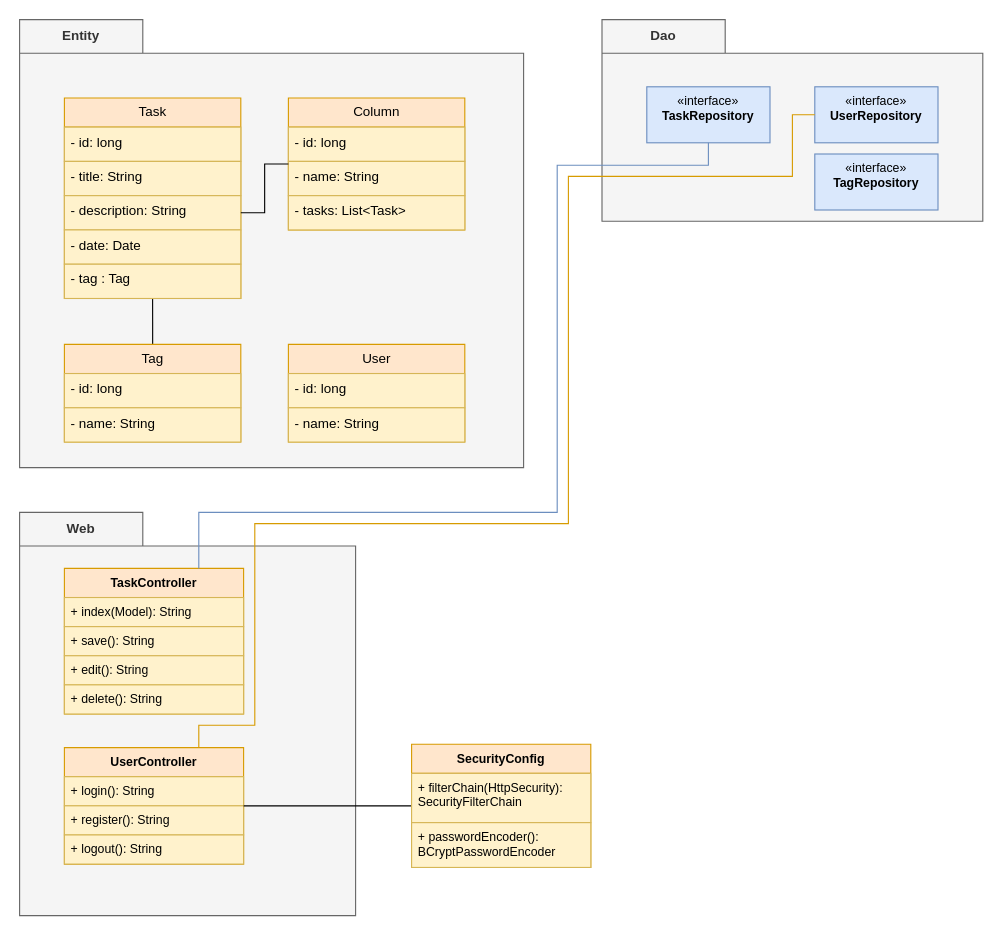
Above: page "Class" (1 of 2) of doc/uml/Boardle.drawio in KMorere/spring-eval (draw.io), before the change. Source tidied: cells renumbered, new cells numbered last; positions are measured from the earlier drawing's top-left corner, leaving out a move shared by most shapes. Both pictures are drawn from the tidied source at 112%, with x=0, y=0 at pixel (19, 19).
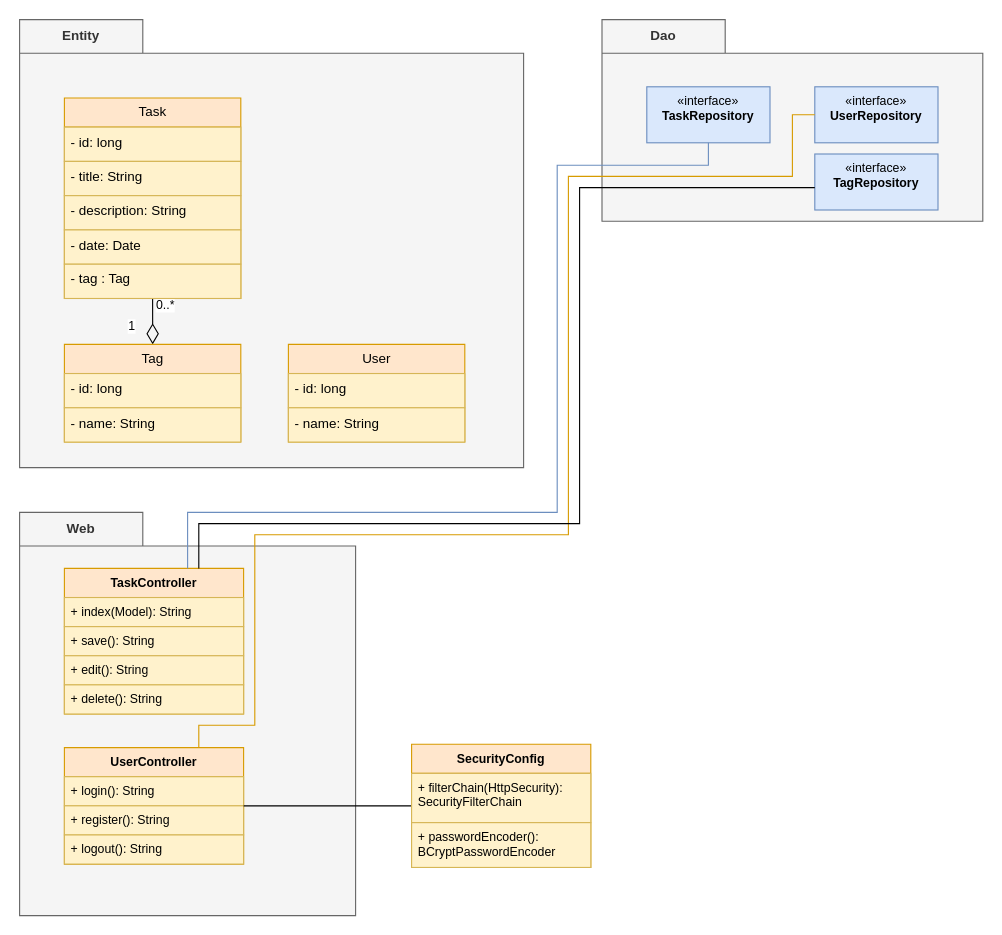
Above is the later version.

Commit message (it also covers changes not shown here):
Updated class diagram to add link between TaskController/TagRepo and detail the relation between Task and Tag.

Unchanged cells that the change refers to:
```xml
<mxCell id="2" value="Entity" style="shape=folder;fontStyle=1;tabWidth=110;tabHeight=30;tabPosition=left;html=1;boundedLbl=1;labelInHeader=1;whiteSpace=wrap;fillColor=#f5f5f5;fontColor=#333333;strokeColor=#666666;" parent="1" vertex="1">
  <mxGeometry width="450" height="400" as="geometry" />
</mxCell>
<mxCell id="5" value="Task" style="swimlane;fontStyle=0;horizontal=1;startSize=26;fillColor=#ffe6cc;whiteSpace=wrap;html=1;strokeColor=#d79b00;" parent="2" vertex="1">
  <mxGeometry x="40" y="70" width="157.5" height="178.9" as="geometry" />
</mxCell>
<mxCell id="8" value="- description: String" style="text;strokeColor=#d6b656;fillColor=#fff2cc;align=left;verticalAlign=top;spacingLeft=4;spacingRight=4;overflow=hidden;points=[[0,0.5],[1,0.5]];portConstraint=eastwest;whiteSpace=wrap;html=1;" parent="5" vertex="1">
  <mxGeometry y="87.2" width="157.5" height="30.6" as="geometry" />
</mxCell>
<mxCell id="15" value="Tag" style="swimlane;fontStyle=0;horizontal=1;startSize=26;fillColor=#ffe6cc;whiteSpace=wrap;html=1;strokeColor=#d79b00;" parent="2" vertex="1">
  <mxGeometry x="40" y="290" width="157.5" height="87.2" as="geometry" />
</mxCell>
<mxCell id="24" value="«interface»&lt;br&gt;&lt;b&gt;TaskRepository&lt;/b&gt;" style="html=1;whiteSpace=wrap;strokeColor=#6c8ebf;align=center;verticalAlign=top;fontFamily=Helvetica;fontSize=11;fontColor=default;labelBackgroundColor=none;fillColor=#dae8fc;" parent="22" vertex="1">
  <mxGeometry x="40" y="60" width="110" height="50" as="geometry" />
</mxCell>
<mxCell id="25" value="«interface»&lt;br&gt;&lt;b&gt;UserRepository&lt;/b&gt;" style="html=1;whiteSpace=wrap;strokeColor=#6c8ebf;align=center;verticalAlign=top;fontFamily=Helvetica;fontSize=11;fontColor=default;labelBackgroundColor=none;fillColor=#dae8fc;" parent="22" vertex="1">
  <mxGeometry x="190" y="60" width="110" height="50" as="geometry" />
</mxCell>
<mxCell id="26" value="«interface»&lt;br&gt;&lt;b&gt;TagRepository&lt;/b&gt;" style="html=1;whiteSpace=wrap;strokeColor=#6c8ebf;align=center;verticalAlign=top;fontFamily=Helvetica;fontSize=11;fontColor=default;labelBackgroundColor=none;fillColor=#dae8fc;" parent="22" vertex="1">
  <mxGeometry x="190" y="120" width="110" height="50" as="geometry" />
</mxCell>
<mxCell id="29" value="TaskController" style="swimlane;fontStyle=1;align=center;verticalAlign=top;horizontal=1;startSize=26;whiteSpace=wrap;html=1;strokeColor=#d79b00;fontFamily=Helvetica;fontSize=11;fontColor=default;labelBackgroundColor=none;fillColor=#ffe6cc;" parent="27" vertex="1">
  <mxGeometry x="40" y="50" width="160" height="130" as="geometry" />
</mxCell>
<mxCell id="34" value="UserController" style="swimlane;fontStyle=1;align=center;verticalAlign=top;horizontal=1;startSize=26;whiteSpace=wrap;html=1;strokeColor=#d79b00;fontFamily=Helvetica;fontSize=11;fontColor=default;labelBackgroundColor=none;fillColor=#ffe6cc;" parent="27" vertex="1">
  <mxGeometry x="40" y="210" width="160" height="104" as="geometry" />
</mxCell>
```

What changed in the source:
```diff
@@
-    <mxCell id="4" style="edgeStyle=orthogonalEdgeStyle;rounded=0;jettySize=auto;html=1;exitX=0.5;exitY=1;exitDx=0;exitDy=0;endArrow=none;endFill=0;" parent="2" edge="1" source="5" target="15">
+    <mxCell id="4" style="edgeStyle=orthogonalEdgeStyle;rounded=0;jettySize=auto;html=1;exitX=0.5;exitY=1;exitDx=0;exitDy=0;endArrow=diamondThin;endFill=0;endSize=16;" parent="2" edge="1" source="5" target="15">
       <mxGeometry relative="1" as="geometry" />
     </mxCell>
+    <mxCell id="44" value="0..*" style="edgeLabel;html=1;align=center;verticalAlign=middle;" parent="4" vertex="1">
+      <mxGeometry x="-0.69" y="2" relative="1" as="geometry">
+        <mxPoint x="9" as="offset" />
+      </mxGeometry>
+    </mxCell>
+    <mxCell id="45" value="1" style="edgeLabel;html=1;align=center;verticalAlign=middle;" parent="4" vertex="1">
+      <mxGeometry x="0.23" y="1" relative="1" as="geometry">
+        <mxPoint x="-20" as="offset" />
+      </mxGeometry>
+    </mxCell>
@@
-    <mxCell id="11" value="Column" style="swimlane;fontStyle=0;horizontal=1;startSize=26;fillColor=#ffe6cc;whiteSpace=wrap;html=1;strokeColor=#d79b00;" parent="2" vertex="1">
-      <mxGeometry x="240" y="70" width="157.5" height="117.8" as="geometry" />
-    </mxCell>
-    <mxCell id="12" value="- id: long" style="text;strokeColor=#d6b656;fillColor=#fff2cc;align=left;verticalAlign=top;spacingLeft=4;spacingRight=4;overflow=hidden;whiteSpace=wrap;html=1;" parent="11" vertex="1">
-      <mxGeometry y="26" width="157.5" height="30.6" as="geometry" />
-    </mxCell>
-    <mxCell id="13" value="- name: String" style="text;strokeColor=#d6b656;fillColor=#fff2cc;align=left;verticalAlign=top;spacingLeft=4;spacingRight=4;overflow=hidden;whiteSpace=wrap;html=1;" parent="11" vertex="1">
-      <mxGeometry y="56.6" width="157.5" height="30.6" as="geometry" />
-    </mxCell>
-    <mxCell id="14" value="- tasks: List&amp;lt;Task&amp;gt;" style="text;strokeColor=#d6b656;fillColor=#fff2cc;align=left;verticalAlign=top;spacingLeft=4;spacingRight=4;overflow=hidden;whiteSpace=wrap;html=1;" parent="11" vertex="1">
-      <mxGeometry y="87.2" width="157.5" height="30.6" as="geometry" />
-    </mxCell>
@@
-    <mxCell id="18" style="edgeStyle=orthogonalEdgeStyle;shape=connector;rounded=0;jettySize=auto;html=1;strokeColor=default;align=center;verticalAlign=middle;fontFamily=Helvetica;fontSize=11;fontColor=default;labelBackgroundColor=default;endArrow=none;endFill=0;" parent="2" edge="1" source="8" target="11">
-      <mxGeometry relative="1" as="geometry" />
-    </mxCell>
@@
     <mxCell id="38" style="edgeStyle=orthogonalEdgeStyle;shape=connector;rounded=0;jettySize=auto;html=1;strokeColor=#6c8ebf;align=center;verticalAlign=middle;fontFamily=Helvetica;fontSize=11;fontColor=default;fontStyle=0;labelBackgroundColor=none;horizontal=1;endArrow=none;endFill=0;fillColor=#dae8fc;" parent="1" edge="1" source="29" target="24">
       <mxGeometry relative="1" as="geometry">
         <Array as="points">
-          <mxPoint x="160" y="440" />
+          <mxPoint x="150" y="440" />
           <mxPoint x="480" y="440" />
           <mxPoint x="480" y="130" />
           <mxPoint x="615" y="130" />
         </Array>
       </mxGeometry>
     </mxCell>
     <mxCell id="39" style="edgeStyle=orthogonalEdgeStyle;rounded=0;jettySize=auto;html=1;endArrow=none;endFill=0;fillColor=#ffe6cc;strokeColor=#d79b00;" parent="1" edge="1" source="25" target="34">
       <mxGeometry relative="1" as="geometry">
         <Array as="points">
           <mxPoint x="690" y="85" />
           <mxPoint x="690" y="140" />
           <mxPoint x="490" y="140" />
-          <mxPoint x="490" y="450" />
-          <mxPoint x="210" y="450" />
+          <mxPoint x="490" y="460" />
+          <mxPoint x="210" y="460" />
           <mxPoint x="210" y="630" />
           <mxPoint x="160" y="630" />
         </Array>
       </mxGeometry>
     </mxCell>
@@
+    <mxCell id="46" style="edgeStyle=orthogonalEdgeStyle;rounded=0;jettySize=auto;html=1;endArrow=none;endFill=0;" parent="1" edge="1" source="26" target="29">
+      <mxGeometry relative="1" as="geometry">
+        <Array as="points">
+          <mxPoint x="500" y="150" />
+          <mxPoint x="500" y="450" />
+          <mxPoint x="160" y="450" />
+        </Array>
+      </mxGeometry>
+    </mxCell>
```
